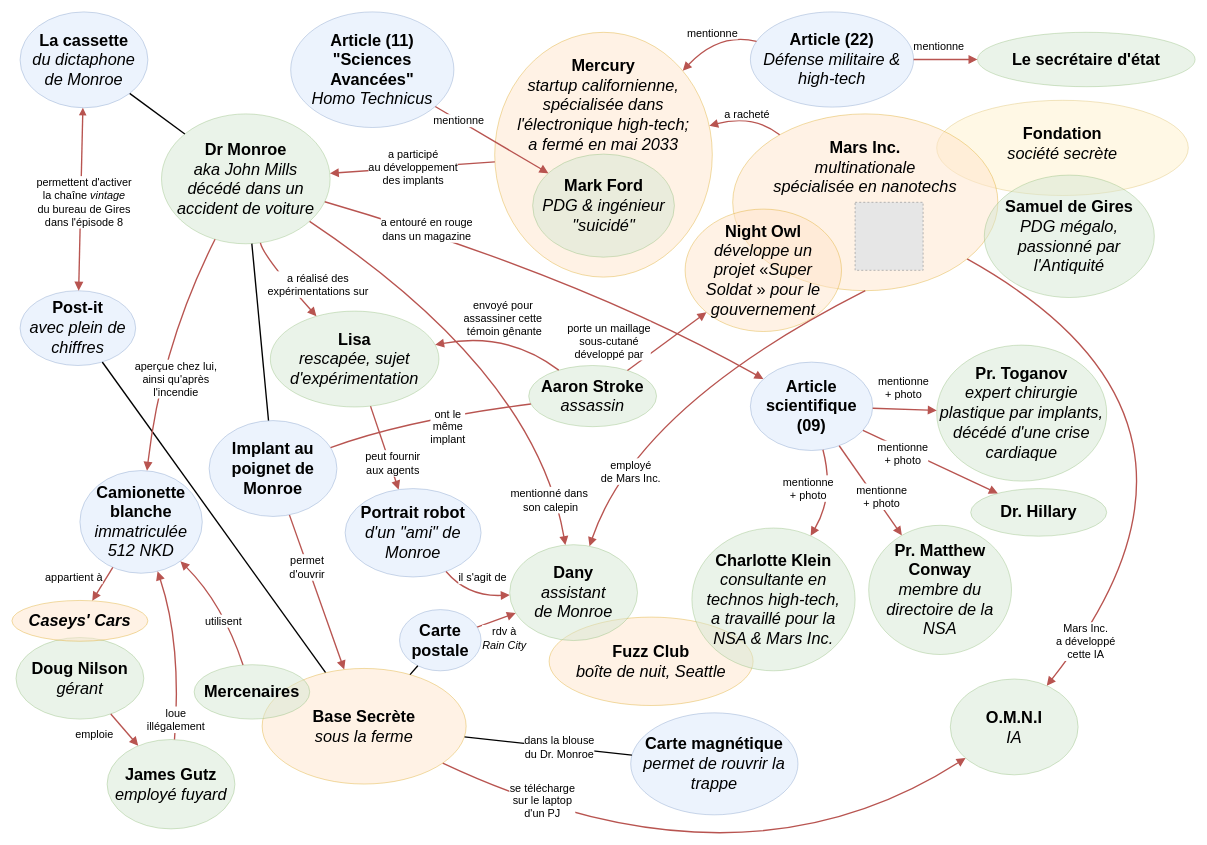
The draw.io diagram CriticalFondation/DiagrammeDeLaSaison1.drawio in Lucas-C/jdr, before the edit. Source tidied: cells renumbered, new cells numbered last; positions are measured from the earlier drawing's top-left corner, leaving out a move shared by most shapes. Both pictures are drawn from the tidied source at 68%, with x=0, y=0 at pixel (12, 12). Pictures stored in the file or linked from it are replaced by grey dashed boxes.
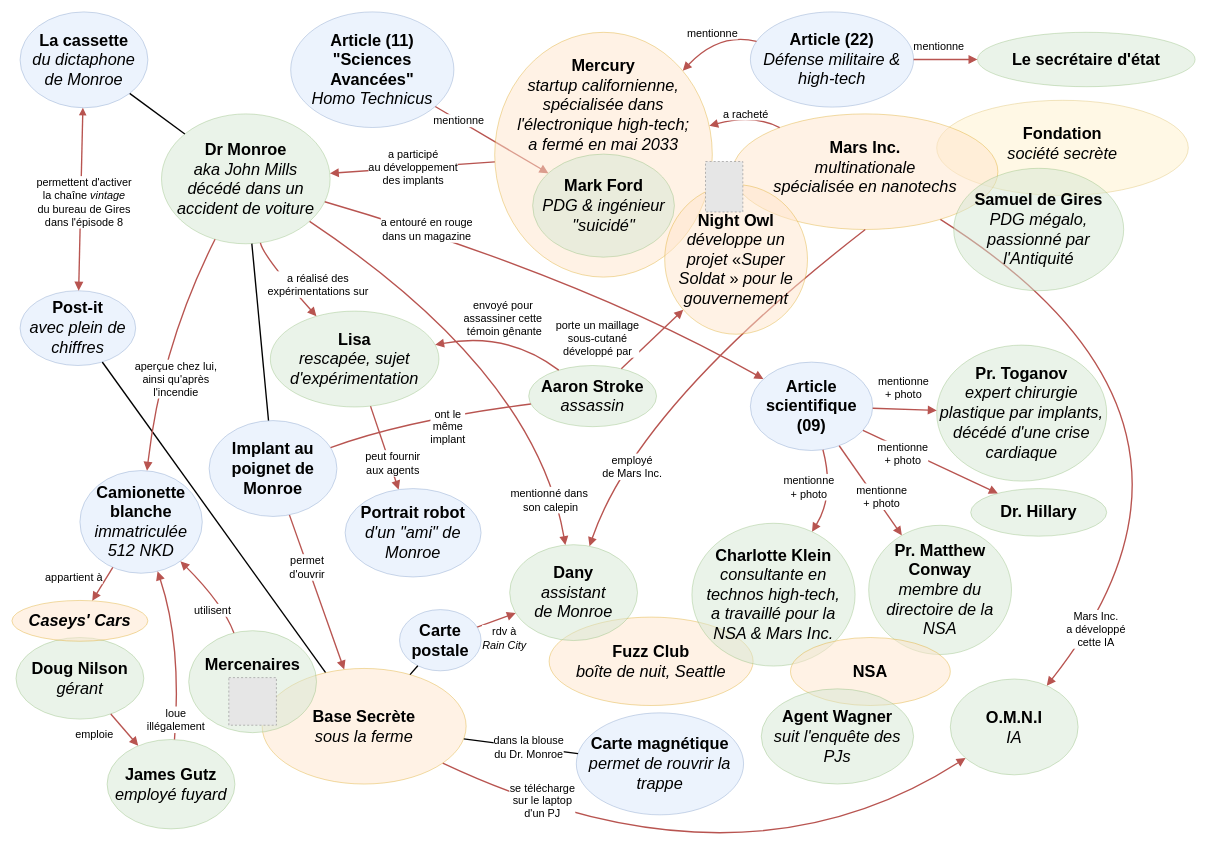
Above is the later version.

Unchanged cells that the change refers to:
```xml
<mxCell id="67" style="edgeStyle=none;curved=1;html=1;endArrow=none;endFill=0;strokeColor=#b85450;strokeWidth=2;fontSize=24;startSize=8;startArrow=block;startFill=1;fillColor=#f8cecc;" parent="1" edge="1" source="13" target="15">
  <mxGeometry relative="1" as="geometry" />
</mxCell>
<mxCell id="72" value="&lt;b&gt;Portrait robot&lt;br&gt;&lt;/b&gt;&lt;i&gt;d'un &quot;ami&quot; de Monroe&lt;/i&gt;" style="ellipse;whiteSpace=wrap;html=1;rounded=0;shadow=0;strokeWidth=1;fillColor=#dae8fc;fontSize=24;align=center;strokeColor=#6c8ebf;opacity=50;" parent="1" vertex="1">
  <mxGeometry x="490" y="701" width="200" height="130" as="geometry" />
</mxCell>
<mxCell id="77" value="&lt;b&gt;Dany&lt;br&gt;&lt;/b&gt;&lt;div&gt;&lt;i&gt;assistant&lt;br&gt;de Monroe&lt;/i&gt;&lt;/div&gt;" style="ellipse;whiteSpace=wrap;html=1;rounded=0;shadow=0;strokeWidth=1;fillColor=#d5e8d4;fontSize=24;align=center;strokeColor=#82b366;opacity=50;" parent="1" vertex="1">
  <mxGeometry x="732" y="783.5" width="188" height="141" as="geometry" />
</mxCell>
```

What changed in the source:
```diff
@@
     <mxCell id="7" value="&lt;div&gt;&lt;b&gt;&lt;br&gt;&lt;/b&gt;&lt;/div&gt;&lt;b&gt;Mars Inc.&lt;/b&gt;&lt;br&gt;&lt;i&gt;multinationale&lt;/i&gt;&lt;div&gt;&lt;i&gt;spécialisée en nanotechs&lt;/i&gt;&lt;/div&gt;" style="ellipse;whiteSpace=wrap;html=1;rounded=0;shadow=0;strokeWidth=1;fillColor=#ffe6cc;fontSize=24;align=center;strokeColor=#d79b00;opacity=50;verticalAlign=top;" parent="1" vertex="1">
-      <mxGeometry x="1060" y="150" width="390" height="260" as="geometry" />
+      <mxGeometry x="1060" y="150" width="390" height="170" as="geometry" />
     </mxCell>
     <mxCell id="8" value="&lt;b&gt;Samuel de Gires&lt;br&gt;&lt;/b&gt;&lt;i&gt;PDG mégalo, passionné par l'Antiquité&lt;/i&gt;" style="ellipse;whiteSpace=wrap;html=1;rounded=0;shadow=0;strokeWidth=1;fillColor=#d5e8d4;fontSize=24;align=center;strokeColor=#82b366;opacity=50;" parent="1" vertex="1">
-      <mxGeometry x="1430" y="240" width="250" height="180" as="geometry" />
+      <mxGeometry x="1385" y="230" width="250" height="180" as="geometry" />
     </mxCell>
@@
-    <mxCell id="10" style="group;" parent="1" vertex="1">
-      <mxGeometry x="710" y="30" width="510" height="440" as="geometry" />
-    </mxCell>
-    <mxCell id="11" value="&lt;div&gt;&lt;br&gt;&lt;/div&gt;&lt;b&gt;Mercury&lt;/b&gt;&lt;div&gt;&lt;i&gt;startup californienne,&lt;/i&gt;&lt;/div&gt;&lt;div&gt;&lt;i&gt;spécialisée dans&lt;/i&gt;&lt;/div&gt;&lt;div&gt;&lt;i&gt;l'électronique high-tech;&lt;/i&gt;&lt;/div&gt;&lt;div&gt;&lt;i&gt;a fermé en mai 2033&lt;/i&gt;&lt;/div&gt;" style="ellipse;whiteSpace=wrap;html=1;rounded=0;shadow=0;strokeWidth=1;fillColor=#ffe6cc;fontSize=24;align=center;strokeColor=#d79b00;opacity=50;verticalAlign=top;" parent="10" vertex="1">
-      <mxGeometry width="320" height="360" as="geometry" />
-    </mxCell>
-    <mxCell id="12" value="&lt;b&gt;Mark Ford&lt;br&gt;&lt;/b&gt;&lt;i&gt;PDG &amp;amp; ingénieur&lt;/i&gt;&lt;div&gt;&lt;i&gt;&quot;suicidé&quot;&lt;/i&gt;&lt;/div&gt;" style="ellipse;whiteSpace=wrap;html=1;rounded=0;shadow=0;strokeWidth=1;fillColor=#d5e8d4;fontSize=24;align=center;strokeColor=#82b366;opacity=50;" parent="10" vertex="1">
-      <mxGeometry x="55.8" y="179.1" width="208.5" height="151.6" as="geometry" />
-    </mxCell>
-    <mxCell id="13" value="&lt;div&gt;&lt;b style=&quot;background-color: transparent; color: light-dark(rgb(0, 0, 0), rgb(255, 255, 255));&quot;&gt;Night Owl&lt;/b&gt;&lt;/div&gt;&lt;font&gt;&lt;i style=&quot;&quot;&gt;développe un projet&amp;nbsp;&lt;/i&gt;&lt;span style=&quot;background-color: transparent; color: light-dark(rgb(0, 0, 0), rgb(255, 255, 255));&quot;&gt;«&lt;/span&gt;&lt;i style=&quot;background-color: transparent; color: light-dark(rgb(0, 0, 0), rgb(255, 255, 255));&quot;&gt;Super Soldat&amp;nbsp;&lt;/i&gt;»&lt;i style=&quot;background-color: transparent; color: light-dark(rgb(0, 0, 0), rgb(255, 255, 255));&quot;&gt;&amp;nbsp;pour le gouvernement&lt;/i&gt;&lt;/font&gt;" style="ellipse;whiteSpace=wrap;html=1;rounded=0;shadow=0;strokeWidth=1;fillColor=#ffe6cc;fontSize=24;align=center;strokeColor=#d79b00;opacity=50;verticalAlign=middle;" parent="10" vertex="1">
-      <mxGeometry x="280" y="260" width="230" height="180" as="geometry" />
-    </mxCell>
@@
     <mxCell id="55" value="&lt;b&gt;Carte magnétique&lt;/b&gt;&lt;div&gt;&lt;i&gt;permet de rouvrir la trappe&lt;/i&gt;&lt;/div&gt;" style="ellipse;whiteSpace=wrap;html=1;rounded=0;shadow=0;strokeWidth=1;fillColor=#dae8fc;fontSize=24;align=center;strokeColor=#6c8ebf;opacity=50;" parent="1" vertex="1">
-      <mxGeometry x="910" y="1030.8" width="246" height="150" as="geometry" />
+      <mxGeometry x="830" y="1030.8" width="246" height="150" as="geometry" />
     </mxCell>
@@
     <mxCell id="68" value="porte un maillage&lt;div&gt;sous-cutané&lt;div&gt;développé par&lt;/div&gt;&lt;/div&gt;" style="edgeLabel;html=1;align=center;verticalAlign=middle;fontSize=16;labelBackgroundColor=default;" parent="67" vertex="1">
       <mxGeometry x="-0.25" y="-16" relative="1" as="geometry">
-        <mxPoint x="-91" y="23" as="offset" />
+        <mxPoint x="-82" y="21" as="offset" />
       </mxGeometry>
     </mxCell>
@@
     <mxCell id="71" value="&lt;b&gt;Charlotte Klein&lt;/b&gt;&lt;div&gt;&lt;i&gt;consultante en technos high-tech,&lt;/i&gt;&lt;/div&gt;&lt;div&gt;&lt;i&gt;a travaillé pour la NSA &amp;amp; Mars Inc.&lt;/i&gt;&lt;/div&gt;" style="ellipse;whiteSpace=wrap;html=1;rounded=0;shadow=0;strokeWidth=1;fillColor=#d5e8d4;fontSize=24;align=center;strokeColor=#82b366;opacity=50;" parent="1" vertex="1">
-      <mxGeometry x="1000" y="759" width="240" height="210" as="geometry" />
+      <mxGeometry x="1000" y="752" width="240" height="210" as="geometry" />
     </mxCell>
@@
-    <mxCell id="73" style="edgeStyle=none;curved=1;html=1;endArrow=none;endFill=0;strokeColor=#b85450;strokeWidth=2;fontSize=24;startSize=8;startArrow=block;startFill=1;fillColor=#f8cecc;" parent="1" edge="1" source="77" target="72">
-      <mxGeometry relative="1" as="geometry">
-        <Array as="points">
-          <mxPoint x="670" y="860" />
-        </Array>
-      </mxGeometry>
-    </mxCell>
-    <mxCell id="74" value="&lt;span style=&quot;font-size: 16px;&quot;&gt;il s'agit de&lt;/span&gt;" style="edgeLabel;html=1;align=center;verticalAlign=middle;" parent="73" vertex="1">
-      <mxGeometry x="-0.11" y="2" relative="1" as="geometry">
-        <mxPoint x="8" y="-30" as="offset" />
-      </mxGeometry>
-    </mxCell>
@@
-    <mxCell id="89" value="&lt;b&gt;Mercenaires&lt;br&gt;&lt;/b&gt;" style="ellipse;whiteSpace=wrap;html=1;rounded=0;shadow=0;strokeWidth=1;fillColor=#d5e8d4;fontSize=24;align=center;strokeColor=#82b366;opacity=50;" parent="1" vertex="1">
-      <mxGeometry x="268" y="960" width="170" height="80" as="geometry" />
-    </mxCell>
@@
-    <mxCell id="97" style="fillColor=#E6E6E6;strokeColor=#999999;dashed=1;verticalLabelPosition=bottom;labelBackgroundColor=default;verticalAlign=top;" parent="1" vertex="1">
-      <mxGeometry x="1240" y="280" width="100" height="100" as="geometry" />
-    </mxCell>
+    <mxCell id="98" value="&lt;div&gt;&lt;b&gt;NSA&lt;/b&gt;&lt;/div&gt;" style="ellipse;whiteSpace=wrap;html=1;rounded=0;shadow=0;strokeWidth=1;fillColor=#ffe6cc;fontSize=24;align=center;strokeColor=#d79b00;opacity=50;verticalAlign=middle;" parent="1" vertex="1">
+      <mxGeometry x="1145" y="920" width="235" height="100" as="geometry" />
+    </mxCell>
+    <mxCell id="99" value="&lt;b&gt;Agent Wagner&lt;/b&gt;&lt;br&gt;&lt;div&gt;&lt;i&gt;suit l'enquête des PJs&lt;/i&gt;&lt;/div&gt;" style="ellipse;whiteSpace=wrap;html=1;rounded=0;shadow=0;strokeWidth=1;fillColor=#d5e8d4;fontSize=24;align=center;strokeColor=#82b366;opacity=50;" parent="1" vertex="1">
+      <mxGeometry x="1102" y="995.5" width="224" height="140" as="geometry" />
+    </mxCell>
+    <mxCell id="100" style="group;" parent="1" vertex="1">
+      <mxGeometry x="260" y="910" width="188" height="150" as="geometry" />
+    </mxCell>
+    <mxCell id="89" value="&lt;div&gt;&lt;b&gt;&lt;br&gt;&lt;/b&gt;&lt;/div&gt;&lt;b&gt;Mercenaires&lt;br&gt;&lt;/b&gt;" style="ellipse;whiteSpace=wrap;html=1;rounded=0;shadow=0;strokeWidth=1;fillColor=#d5e8d4;fontSize=24;align=center;strokeColor=#82b366;opacity=50;verticalAlign=top;" parent="100" vertex="1">
+      <mxGeometry width="188" height="150" as="geometry" />
+    </mxCell>
+    <mxCell id="101" style="fillColor=#E6E6E6;strokeColor=#999999;dashed=1;verticalLabelPosition=bottom;labelBackgroundColor=default;verticalAlign=top;" parent="100" vertex="1">
+      <mxGeometry x="59" y="69" width="70" height="70" as="geometry" />
+    </mxCell>
+    <mxCell id="11" value="&lt;div&gt;&lt;br&gt;&lt;/div&gt;&lt;b&gt;Mercury&lt;/b&gt;&lt;div&gt;&lt;i&gt;startup californienne,&lt;/i&gt;&lt;/div&gt;&lt;div&gt;&lt;i&gt;spécialisée dans&lt;/i&gt;&lt;/div&gt;&lt;div&gt;&lt;i&gt;l'électronique high-tech;&lt;/i&gt;&lt;/div&gt;&lt;div&gt;&lt;i&gt;a fermé en mai 2033&lt;/i&gt;&lt;/div&gt;" style="ellipse;whiteSpace=wrap;html=1;rounded=0;shadow=0;strokeWidth=1;fillColor=#ffe6cc;fontSize=24;align=center;strokeColor=#d79b00;opacity=50;verticalAlign=top;" parent="1" vertex="1">
+      <mxGeometry x="710" y="30" width="320" height="360" as="geometry" />
+    </mxCell>
+    <mxCell id="12" value="&lt;b&gt;Mark Ford&lt;br&gt;&lt;/b&gt;&lt;i&gt;PDG &amp;amp; ingénieur&lt;/i&gt;&lt;div&gt;&lt;i&gt;&quot;suicidé&quot;&lt;/i&gt;&lt;/div&gt;" style="ellipse;whiteSpace=wrap;html=1;rounded=0;shadow=0;strokeWidth=1;fillColor=#d5e8d4;fontSize=24;align=center;strokeColor=#82b366;opacity=50;" parent="1" vertex="1">
+      <mxGeometry x="765.8" y="209.1" width="208.5" height="151.6" as="geometry" />
+    </mxCell>
+    <mxCell id="102" style="group;" parent="1" vertex="1">
+      <mxGeometry x="960" y="220" width="210" height="254" as="geometry" />
+    </mxCell>
+    <mxCell id="13" value="&lt;div&gt;&lt;b style=&quot;background-color: transparent; color: light-dark(rgb(0, 0, 0), rgb(255, 255, 255));&quot;&gt;Night Owl&lt;/b&gt;&lt;/div&gt;&lt;font&gt;&lt;i style=&quot;&quot;&gt;développe un projet&amp;nbsp;&lt;/i&gt;&lt;span style=&quot;background-color: transparent; color: light-dark(rgb(0, 0, 0), rgb(255, 255, 255));&quot;&gt;«&lt;/span&gt;&lt;i style=&quot;background-color: transparent; color: light-dark(rgb(0, 0, 0), rgb(255, 255, 255));&quot;&gt;Super Soldat&amp;nbsp;&lt;/i&gt;»&lt;i style=&quot;background-color: transparent; color: light-dark(rgb(0, 0, 0), rgb(255, 255, 255));&quot;&gt;&amp;nbsp;pour le gouvernement&lt;/i&gt;&lt;/font&gt;" style="ellipse;whiteSpace=wrap;html=1;rounded=0;shadow=0;strokeWidth=1;fillColor=#ffe6cc;fontSize=24;align=center;strokeColor=#d79b00;opacity=50;verticalAlign=middle;" parent="102" vertex="1">
+      <mxGeometry y="34" width="210" height="220" as="geometry" />
+    </mxCell>
+    <mxCell id="103" style="fillColor=#E6E6E6;strokeColor=#999999;dashed=1;verticalLabelPosition=bottom;labelBackgroundColor=default;verticalAlign=top;" parent="102" vertex="1">
+      <mxGeometry x="60" width="54.9" height="74.2" as="geometry" />
+    </mxCell>
```
